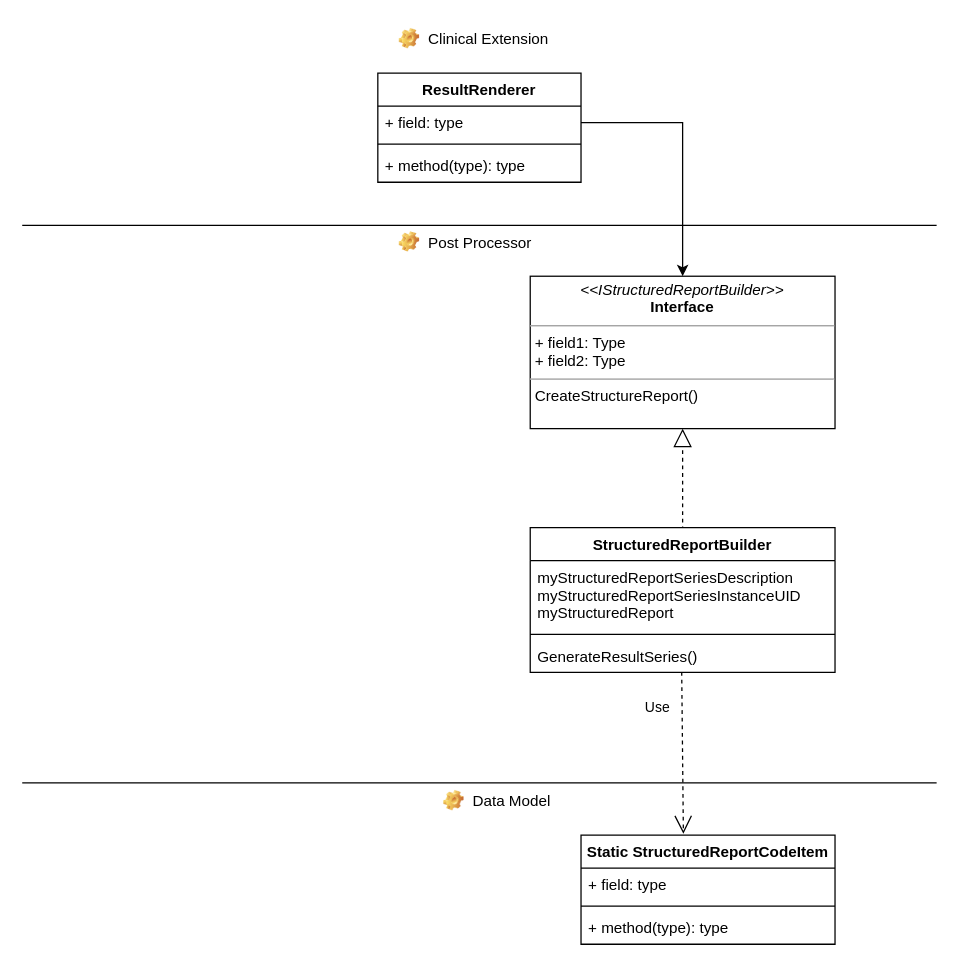
Above: Untitled Diagram.drawio in bikramsinha4u/Diagrams (draw.io), before the change. Source tidied: cells renumbered, new cells numbered last; positions are measured from the earlier drawing's top-left corner, leaving out a move shared by most shapes. Both pictures are drawn from the tidied source at 127%, with x=0, y=0 at pixel (22, 22).
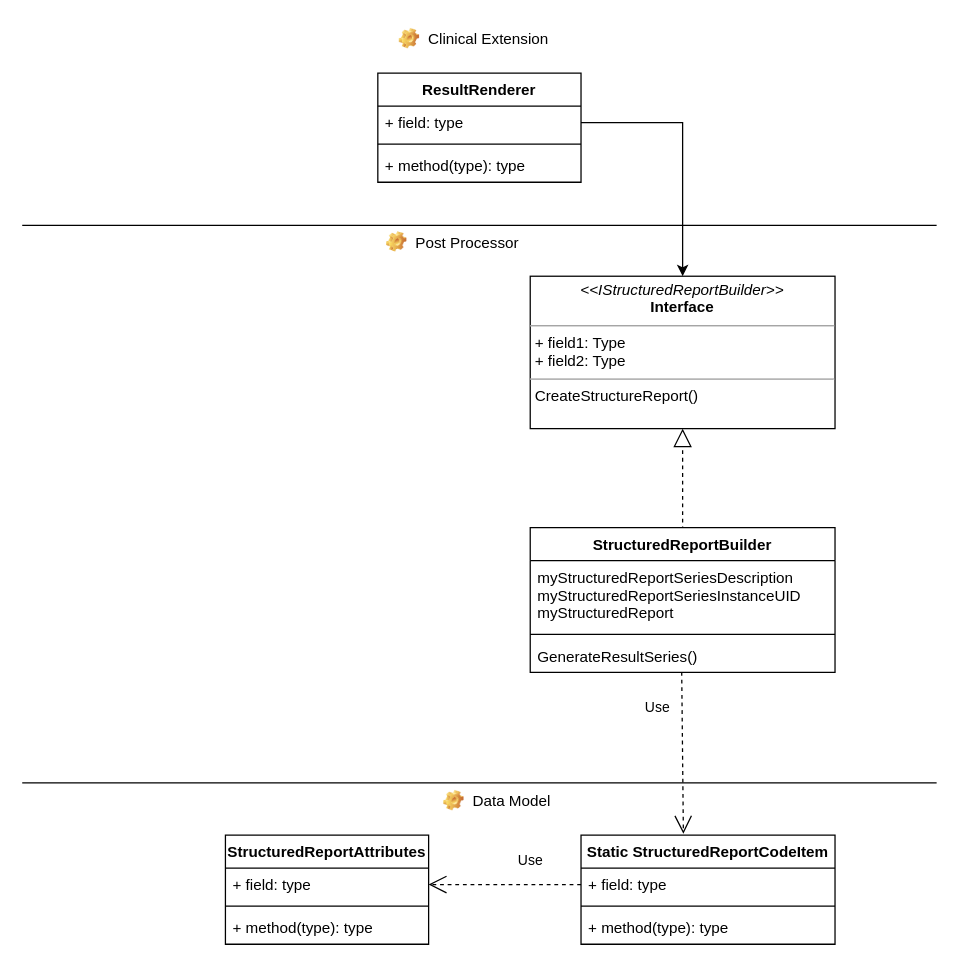
The same diagram, later.

Unchanged cells that the change refers to:
```xml
<mxCell id="16" value="+ field: type" style="text;strokeColor=none;fillColor=none;align=left;verticalAlign=top;spacingLeft=4;spacingRight=4;overflow=hidden;points=[[0,0.5],[1,0.5]];portConstraint=eastwest;" parent="15" vertex="1">
  <mxGeometry y="26" width="200" height="26" as="geometry" />
</mxCell>
```

What changed in the source:
```diff
@@
     <mxCell id="3" value="Post Processor" style="label;fontStyle=0;strokeColor=none;fillColor=none;align=left;verticalAlign=top;overflow=hidden;spacingLeft=28;spacingRight=4;imageWidth=16;imageHeight=16;image=img/clipart/Gear_128x128.png;" parent="1" vertex="1">
-      <mxGeometry x="290" y="160" width="120" height="26" as="geometry" />
+      <mxGeometry x="280" y="160" width="120" height="26" as="geometry" />
     </mxCell>
@@
+    <mxCell id="23" value="StructuredReportAttributes" style="swimlane;fontStyle=1;align=center;verticalAlign=top;horizontal=1;startSize=26;" parent="1" vertex="1">
+      <mxGeometry x="160" y="640" width="160" height="86" as="geometry" />
+    </mxCell>
+    <mxCell id="24" value="+ field: type" style="text;strokeColor=none;fillColor=none;align=left;verticalAlign=top;spacingLeft=4;spacingRight=4;overflow=hidden;points=[[0,0.5],[1,0.5]];portConstraint=eastwest;" parent="23" vertex="1">
+      <mxGeometry y="26" width="160" height="26" as="geometry" />
+    </mxCell>
+    <mxCell id="25" style="line;strokeWidth=1;fillColor=none;align=left;verticalAlign=middle;spacingTop=-1;spacingLeft=3;spacingRight=3;labelPosition=right;" parent="23" vertex="1">
+      <mxGeometry y="52" width="160" height="8" as="geometry" />
+    </mxCell>
+    <mxCell id="26" value="+ method(type): type" style="text;strokeColor=none;fillColor=none;align=left;verticalAlign=top;spacingLeft=4;spacingRight=4;overflow=hidden;" parent="23" vertex="1">
+      <mxGeometry y="60" width="160" height="26" as="geometry" />
+    </mxCell>
+    <mxCell id="27" value="Use" style="endArrow=open;endSize=12;dashed=1;html=1;exitX=0;exitY=0.5;exitDx=0;exitDy=0;entryX=1;entryY=0.5;entryDx=0;entryDy=0;" parent="1" edge="1" source="16" target="24">
+      <mxGeometry x="-0.33" y="-19" relative="1" as="geometry" />
+    </mxCell>
```
